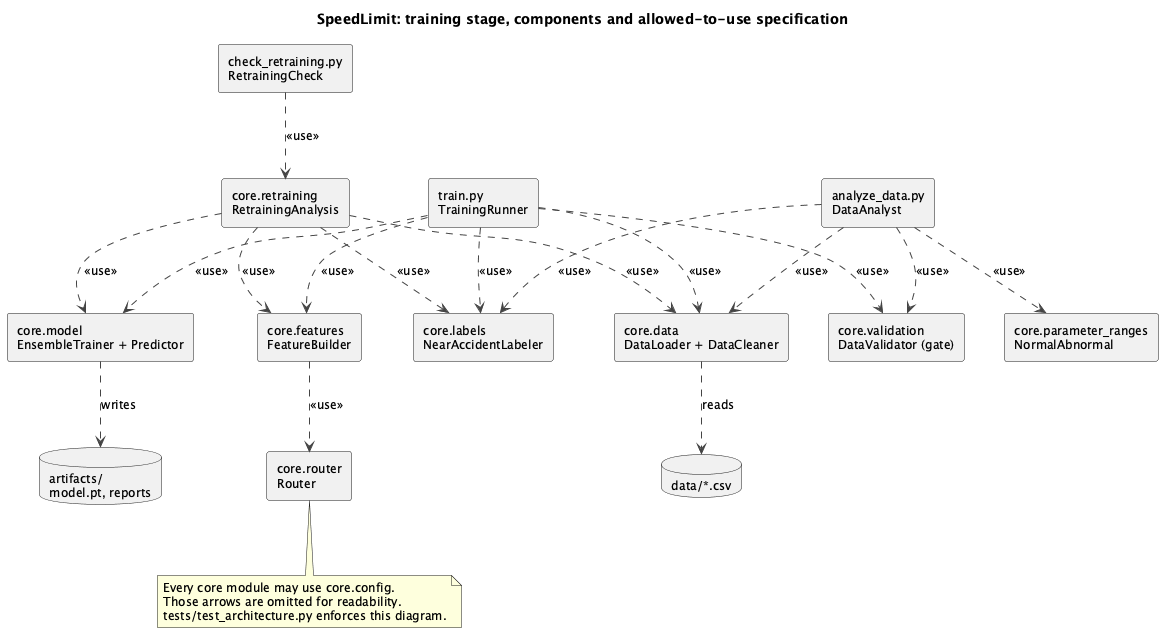
Earlier version of the PlantUML export docs/uml/01_architecture_training.png (xDGeo/SpeedLimitExampleSEA).
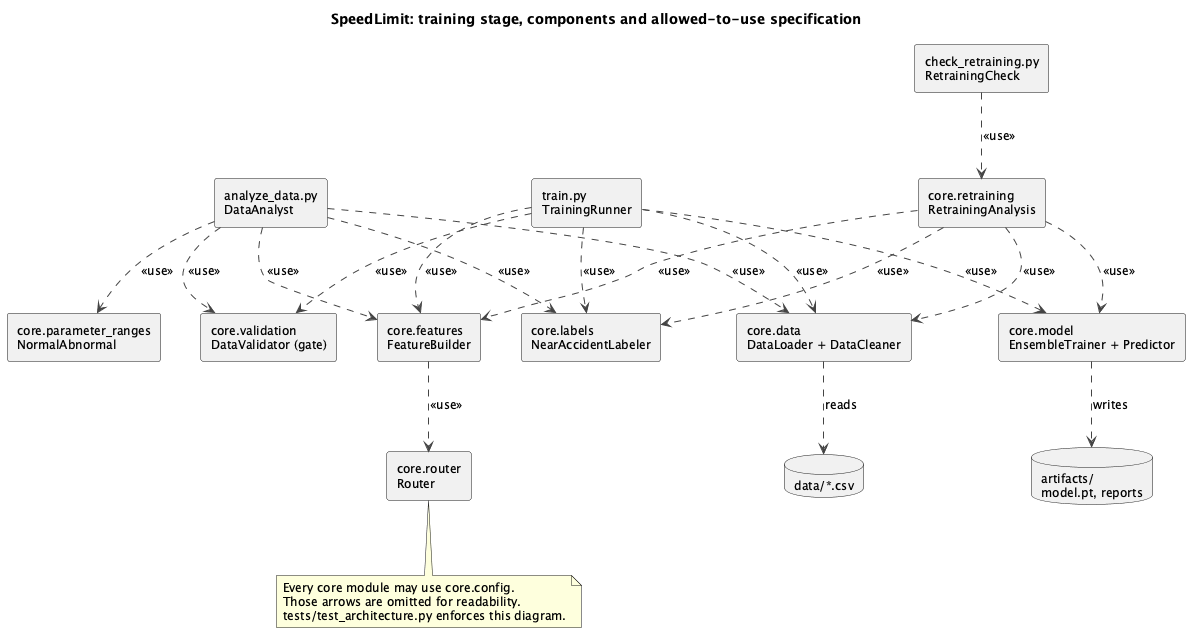
Later version of the same file.

Change to the diagram source:
```diff
@@ -25,6 +25,7 @@
 Analyze ..> Validation : <<use>>
 Analyze ..> Labels : <<use>>
 Analyze ..> Ranges : <<use>>
+Analyze ..> Features : <<use>>
 Train ..> Data : <<use>>
 Train ..> Validation : <<use>>
 Train ..> Labels : <<use>>
```
